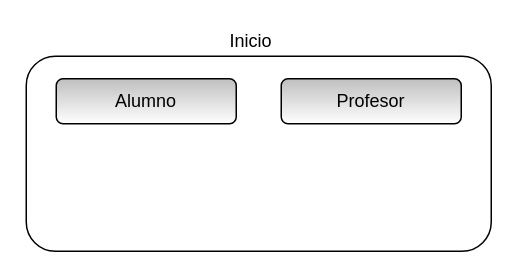
Above: page "1-Inicio" (1 of 16) of Formularios.drawio in fdearmas96/ObligatorioP1 (draw.io), before the change. Source tidied: cells renumbered, new cells numbered last; positions are measured from the earlier drawing's top-left corner, leaving out a move shared by most shapes. Both pictures are drawn from the tidied source at 150%, with x=0, y=0 at pixel (26, 26).
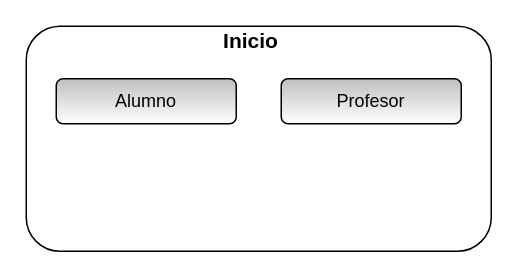
The same diagram, later.

Diff of the diagram source:
```diff
@@
 <mxGraphModel>
   <root>
     <mxCell id="0" />
     <mxCell id="1" parent="0" />
     <mxCell id="2" style="rounded=1;whiteSpace=wrap;html=1;" parent="1" vertex="1">
-      <mxGeometry y="20" width="310" height="130" as="geometry" />
+      <mxGeometry width="310" height="150" as="geometry" />
     </mxCell>
-    <mxCell id="3" value="Inicio" style="text;html=1;strokeColor=none;fillColor=none;align=center;verticalAlign=middle;whiteSpace=wrap;rounded=0;" parent="1" vertex="1">
+    <mxCell id="3" value="&lt;b&gt;&lt;font style=&quot;font-size: 14px&quot;&gt;Inicio&lt;/font&gt;&lt;/b&gt;" style="text;html=1;strokeColor=none;fillColor=none;align=center;verticalAlign=middle;whiteSpace=wrap;rounded=0;" parent="1" vertex="1">
       <mxGeometry x="130" width="40" height="20" as="geometry" />
     </mxCell>
     <mxCell id="4" value="Alumno" style="rounded=1;whiteSpace=wrap;html=1;gradientColor=#ffffff;fillColor=#BFBFBF;" parent="1" vertex="1">
       <mxGeometry x="20" y="35" width="120" height="30" as="geometry" />
     </mxCell>
     <mxCell id="5" value="Profesor" style="rounded=1;whiteSpace=wrap;html=1;gradientColor=#ffffff;fillColor=#BFBFBF;" parent="1" vertex="1">
       <mxGeometry x="170" y="35" width="120" height="30" as="geometry" />
     </mxCell>
   </root>
 </mxGraphModel>
```
